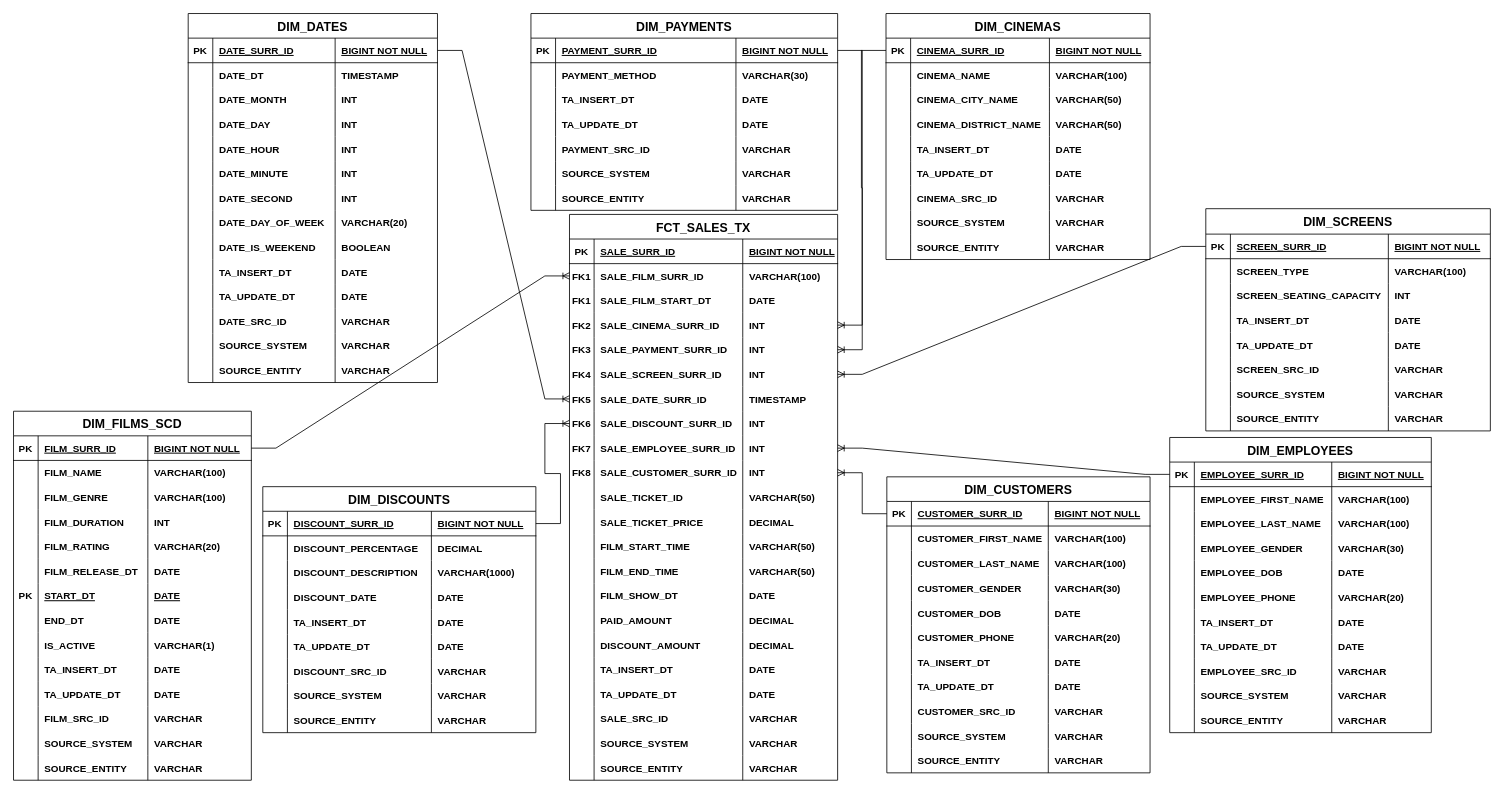
The draw.io diagram ticket_sales_star_schema.drawio in GiorgiEz/DB-modeling, before the edit. Source tidied: cells renumbered, new cells numbered last; positions are measured from the earlier drawing's top-left corner, leaving out a move shared by most shapes. Both pictures are drawn from the tidied source at 82%, with x=0, y=0 at pixel (13, 13).
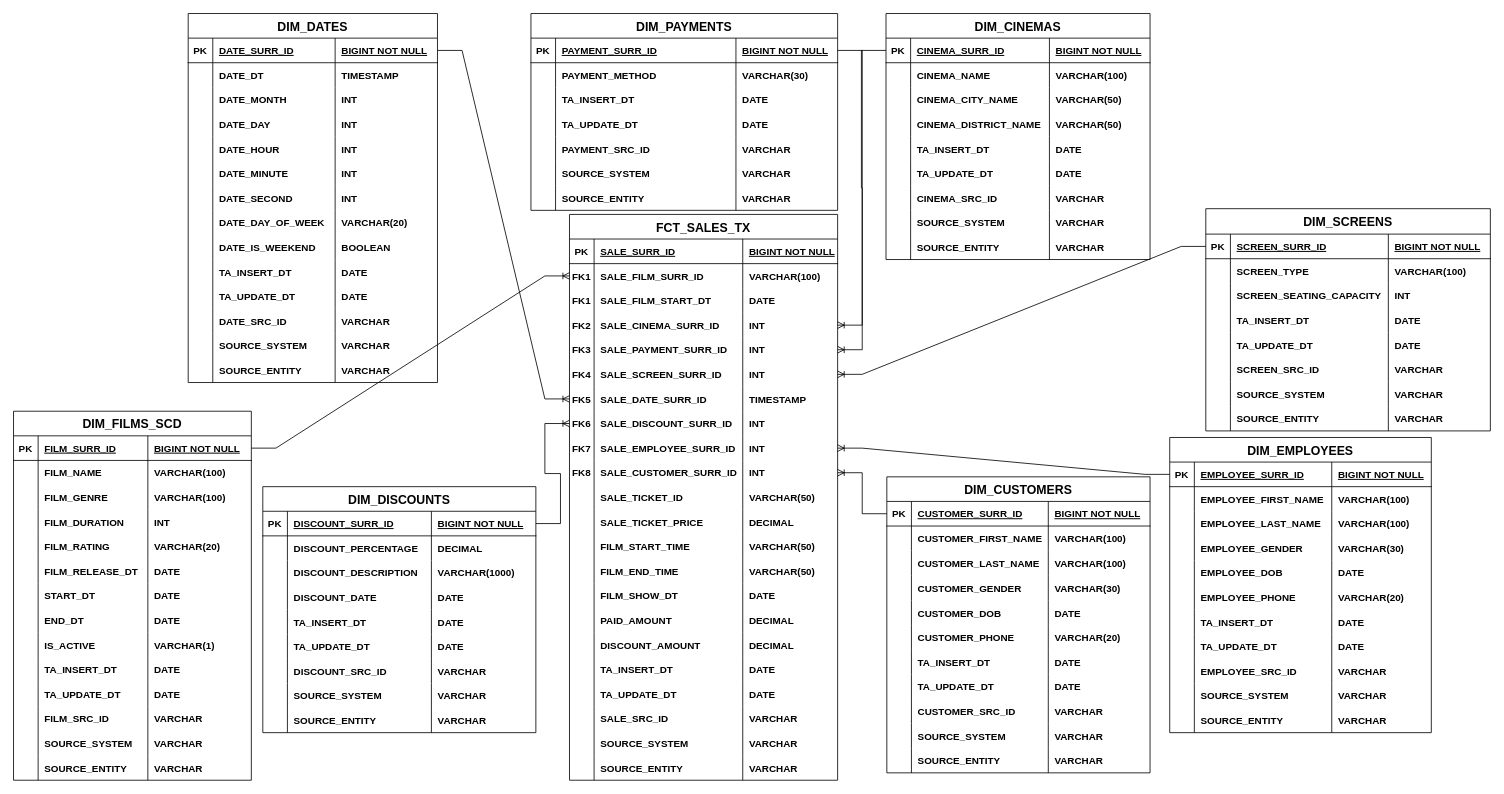
The same diagram, later.

Unchanged cells that the change refers to:
```xml
<mxCell id="27" style="shape=partialRectangle;fillColor=none;top=0;left=0;right=0;bottom=0;" parent="2" vertex="1">
  <mxGeometry y="210" width="290" height="30" as="geometry" />
</mxCell>
```

Change to the diagram source:
```diff
@@
-    <mxCell id="28" value="PK" style="shape=partialRectangle;overflow=hidden;fillColor=none;top=0;left=0;bottom=0;right=0;fontStyle=1;" parent="27" vertex="1">
+    <mxCell id="28" style="shape=partialRectangle;overflow=hidden;fillColor=none;top=0;left=0;bottom=0;right=0;fontStyle=1;" parent="27" vertex="1">
       <mxGeometry width="30" height="30" as="geometry" />
     </mxCell>
-    <mxCell id="29" value="START_DT" style="shape=partialRectangle;overflow=hidden;fillColor=none;top=0;left=0;bottom=0;right=0;align=left;spacingLeft=6;fontStyle=5;" parent="27" vertex="1">
+    <mxCell id="29" value="START_DT" style="shape=partialRectangle;overflow=hidden;fillColor=none;top=0;left=0;bottom=0;right=0;align=left;spacingLeft=6;fontStyle=1;" parent="27" vertex="1">
       <mxGeometry x="30" width="133.8" height="30" as="geometry" />
     </mxCell>
-    <mxCell id="30" value="DATE" style="shape=partialRectangle;overflow=hidden;fillColor=none;top=0;left=0;bottom=0;right=0;align=left;spacingLeft=6;fontStyle=5;" parent="27" vertex="1">
+    <mxCell id="30" value="DATE" style="shape=partialRectangle;overflow=hidden;fillColor=none;top=0;left=0;bottom=0;right=0;align=left;spacingLeft=6;fontStyle=1;" parent="27" vertex="1">
       <mxGeometry x="163.8" width="126.2" height="30" as="geometry" />
     </mxCell>
```
